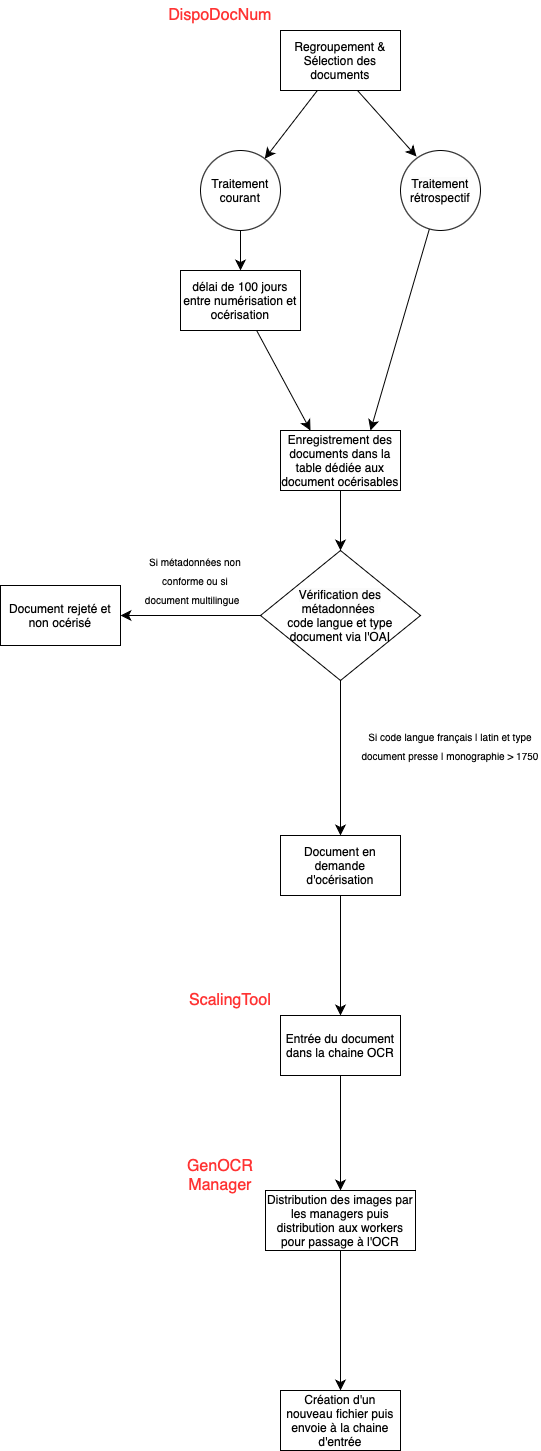
This is chaine_ocr_bnf.drawio.png from MPappia/flask_exercices, a draw.io export, as it was before one commit. Source tidied: cells renumbered, new cells last; positions are measured from the earlier drawing's top-left corner, leaving out a move shared by most shapes.
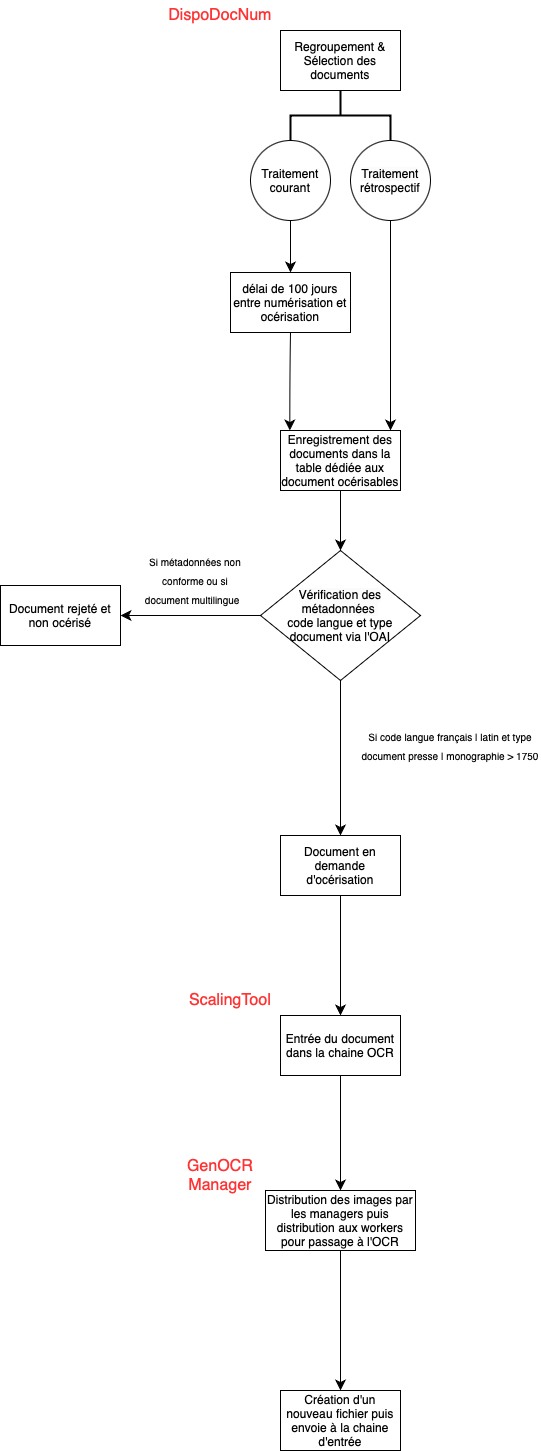
The same diagram one commit later.

Commit message:
Mettre à jour chaine_ocr_bnf.drawio.png

What changed in the source:
```diff
@@ -2,9 +2,6 @@
   <root>
     <mxCell id="0" />
     <mxCell id="1" parent="0" />
-    <mxCell id="2" style="edgeStyle=none;curved=1;rounded=0;jettySize=auto;html=1;fontSize=12;startSize=8;endSize=8;" parent="1" edge="1" source="3" target="5">
-      <mxGeometry relative="1" as="geometry" />
-    </mxCell>
     <mxCell id="3" value="Regroupement &amp;amp; Sélection des documents" style="rounded=0;whiteSpace=wrap;html=1;" parent="1" vertex="1">
       <mxGeometry x="280" y="30" width="120" height="60" as="geometry" />
     </mxCell>
@@ -12,18 +9,19 @@
       <mxGeometry relative="1" as="geometry" />
     </mxCell>
     <mxCell id="5" value="Traitement&lt;div&gt;courant&lt;/div&gt;" style="ellipse;whiteSpace=wrap;html=1;rounded=0;" parent="1" vertex="1">
-      <mxGeometry x="200" y="150" width="80" height="80" as="geometry" />
+      <mxGeometry x="250" y="140" width="80" height="80" as="geometry" />
     </mxCell>
-    <mxCell id="6" style="edgeStyle=none;curved=1;rounded=0;jettySize=auto;html=1;fontSize=12;startSize=8;endSize=8;entryX=0.2;entryY=0.075;entryDx=0;entryDy=0;entryPerimeter=0;" parent="1" edge="1" target="8">
-      <mxGeometry relative="1" as="geometry">
-        <mxPoint x="357" y="90" as="sourcePoint" />
-      </mxGeometry>
-    </mxCell>
-    <mxCell id="7" style="edgeStyle=none;curved=1;rounded=0;jettySize=auto;html=1;fontSize=12;startSize=8;endSize=8;entryX=0.75;entryY=0;entryDx=0;entryDy=0;" parent="1" edge="1" source="8" target="10">
-      <mxGeometry relative="1" as="geometry" />
+    <mxCell id="7" style="edgeStyle=none;curved=1;rounded=0;jettySize=auto;html=1;fontSize=12;startSize=8;endSize=8;exitX=0.5;exitY=1;exitDx=0;exitDy=0;" parent="1" edge="1" source="8">
+      <mxGeometry relative="1" as="geometry">
+        <mxPoint x="390" y="430" as="targetPoint" />
+        <Array as="points">
+          <mxPoint x="390" y="377" />
+          <mxPoint x="390" y="430" />
+        </Array>
+      </mxGeometry>
     </mxCell>
     <mxCell id="8" value="&lt;span style=&quot;caret-color: rgb(0, 0, 0); color: rgb(0, 0, 0); font-family: Helvetica; font-size: 12px; font-style: normal; font-variant-caps: normal; font-weight: 400; letter-spacing: normal; orphans: auto; text-align: center; text-indent: 0px; text-transform: none; white-space: normal; widows: auto; word-spacing: 0px; -webkit-text-stroke-width: 0px; background-color: rgb(251, 251, 251); text-decoration: none; display: inline !important; float: none;&quot;&gt;Traitement&lt;/span&gt;&lt;div style=&quot;caret-color: rgb(0, 0, 0); color: rgb(0, 0, 0); font-family: Helvetica; font-size: 12px; font-style: normal; font-variant-caps: normal; font-weight: 400; letter-spacing: normal; orphans: auto; text-align: center; text-indent: 0px; text-transform: none; white-space: normal; widows: auto; word-spacing: 0px; -webkit-text-stroke-width: 0px; text-decoration: none;&quot;&gt;rétrospectif&lt;/div&gt;" style="ellipse;whiteSpace=wrap;html=1;rounded=0;" parent="1" vertex="1">
-      <mxGeometry x="400" y="150" width="80" height="80" as="geometry" />
+      <mxGeometry x="350" y="140" width="80" height="80" as="geometry" />
     </mxCell>
     <mxCell id="9" style="edgeStyle=none;curved=1;rounded=0;jettySize=auto;html=1;fontSize=12;startSize=8;endSize=8;" parent="1" edge="1" source="10">
       <mxGeometry relative="1" as="geometry">
@@ -33,11 +31,16 @@
     <mxCell id="10" value="Enregistrement des documents dans la table dédiée aux document océrisables" style="whiteSpace=wrap;html=1;rounded=0;" parent="1" vertex="1">
       <mxGeometry x="280" y="430" width="120" height="60" as="geometry" />
     </mxCell>
-    <mxCell id="11" style="edgeStyle=none;curved=1;rounded=0;jettySize=auto;html=1;fontSize=12;startSize=8;endSize=8;entryX=0.25;entryY=0;entryDx=0;entryDy=0;" parent="1" edge="1" source="12" target="10">
-      <mxGeometry relative="1" as="geometry" />
+    <mxCell id="11" style="edgeStyle=none;curved=1;rounded=0;jettySize=auto;html=1;fontSize=12;startSize=8;endSize=8;exitX=0.5;exitY=1;exitDx=0;exitDy=0;" parent="1" edge="1" source="12">
+      <mxGeometry relative="1" as="geometry">
+        <mxPoint x="289.3" y="430" as="targetPoint" />
+        <Array as="points">
+          <mxPoint x="289.3" y="370" />
+        </Array>
+      </mxGeometry>
     </mxCell>
     <mxCell id="12" value="délai de 100 jours&lt;div&gt;entre numérisation et océrisation&lt;/div&gt;" style="whiteSpace=wrap;html=1;rounded=0;" parent="1" vertex="1">
-      <mxGeometry x="180" y="270" width="120" height="60" as="geometry" />
+      <mxGeometry x="230" y="272" width="120" height="60" as="geometry" />
     </mxCell>
     <mxCell id="13" style="edgeStyle=none;curved=1;rounded=0;jettySize=auto;html=1;fontSize=12;startSize=8;endSize=8;" parent="1" edge="1" source="15" target="16">
       <mxGeometry relative="1" as="geometry" />
@@ -87,5 +90,8 @@
     <mxCell id="28" value="&lt;font color=&quot;#ff3333&quot;&gt;GenOCR Manager&lt;/font&gt;" style="text;html=1;align=center;verticalAlign=middle;whiteSpace=wrap;rounded=0;fontSize=16;" parent="1" vertex="1">
       <mxGeometry x="170" y="1160" width="100" height="30" as="geometry" />
     </mxCell>
+    <mxCell id="29" style="strokeWidth=2;html=1;shape=mxgraph.flowchart.annotation_2;align=left;labelPosition=right;direction=south;" parent="1" vertex="1">
+      <mxGeometry x="290" y="90" width="100" height="50" as="geometry" />
+    </mxCell>
   </root>
 </mxGraphModel>
```
